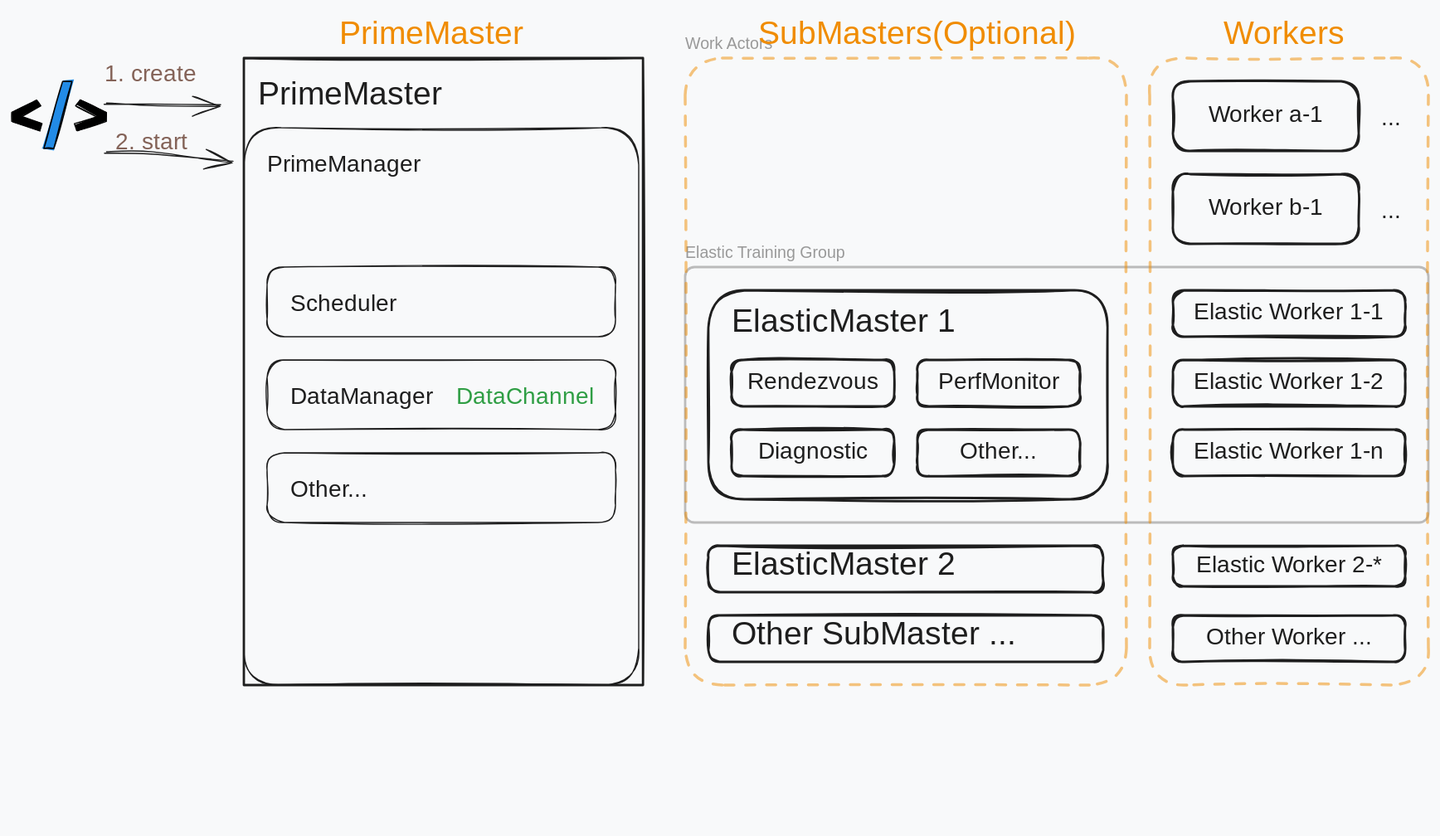
intelligent-machine-learning/dlrover keeps this Excalidraw diagram as docs/figures/unified/architecture.excalidraw.svg. Above is the earlier version. Source tidied: one line per element, renumbered; positions are measured from the earlier drawing's top-left corner, leaving out a move shared by most shapes.
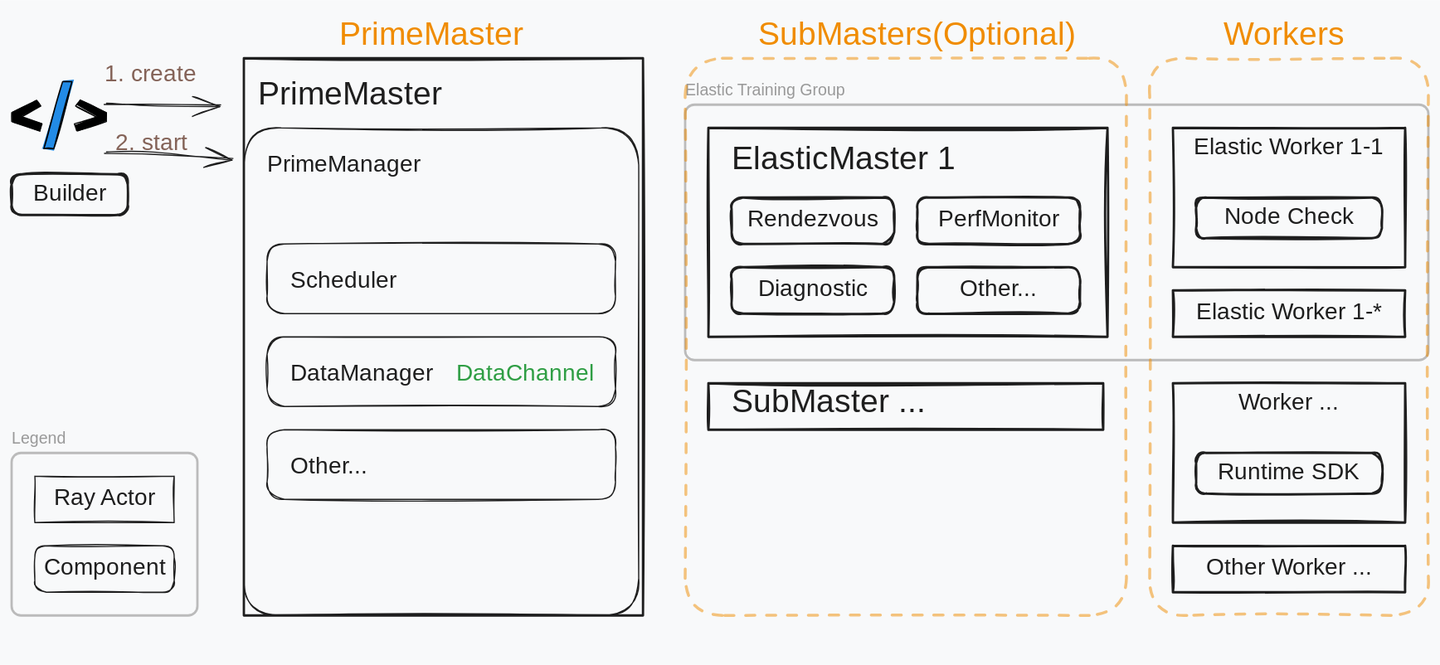
The same diagram one commit later.

Commit message:
doc: add Driving Patterns Diagram

What changed in the source:
```diff
@@ -1,54 +1,55 @@
-{"id": 0, "type": "text", "text": "ElasticMaster 1", "strokeColor": "#1e1e1e", "strokeWidth": 2, "roughness": 1, "fontSize": 28, "fontFamily": 5, "x": 620, "y": 251, "width": 212, "height": 35}
+{"id": 0, "type": "text", "text": "ElasticMaster 1", "strokeColor": "#1e1e1e", "strokeWidth": 2, "roughness": 1, "fontSize": 28, "fontFamily": 5, "x": 620, "y": 111, "width": 212, "height": 35}
-{"id": 1, "type": "rectangle", "strokeColor": "#1e1e1e", "strokeWidth": 2, "roughness": 1, "round": true, "x": 1000, "y": 240, "width": 200, "height": 40}
+{"id": 1, "type": "rectangle", "strokeColor": "#1e1e1e", "strokeWidth": 2, "roughness": 1, "x": 1000, "y": 100, "width": 200, "height": 120}
-{"id": 2, "type": "text", "text": "Elastic Worker 1-1", "strokeColor": "#1e1e1e", "strokeWidth": 2, "roughness": 1, "fontSize": 20, "fontFamily": 5, "textAlign": "center", "verticalAlign": "middle", "inside": 1, "x": 1014, "y": 248, "width": 173, "height": 25}
+{"id": 2, "type": "text", "text": "Elastic Worker 1-1", "strokeColor": "#1e1e1e", "strokeWidth": 2, "roughness": 1, "fontSize": 20, "fontFamily": 5, "textAlign": "center", "inside": 1, "x": 1014, "y": 105, "width": 173, "height": 25}
-{"id": 3, "type": "rectangle", "strokeColor": "#1e1e1e", "strokeWidth": 2, "roughness": 1, "round": true, "x": 1000, "y": 300, "width": 200, "height": 40}
-{"id": 4, "type": "text", "text": "Elastic Worker 1-2", "strokeColor": "#1e1e1e", "strokeWidth": 2, "roughness": 1, "fontSize": 20, "fontFamily": 5, "textAlign": "center", "verticalAlign": "middle", "inside": 3, "x": 1011, "y": 308, "width": 179, "height": 25}
-{"id": 5, "type": "rectangle", "strokeColor": "#1e1e1e", "strokeWidth": 2, "roughness": 1, "round": true, "x": 1000, "y": 360, "width": 200, "height": 40}
+{"id": 5, "type": "rectangle", "strokeColor": "#1e1e1e", "strokeWidth": 2, "roughness": 1, "x": 1000, "y": 240, "width": 200, "height": 40}
-{"id": 6, "type": "text", "text": "Elastic Worker 1-n", "strokeColor": "#1e1e1e", "strokeWidth": 2, "roughness": 1, "fontSize": 20, "fontFamily": 5, "textAlign": "center", "verticalAlign": "middle", "inside": 5, "x": 1012, "y": 368, "width": 175, "height": 25}
+{"id": 6, "type": "text", "text": "Elastic Worker 1-*", "strokeColor": "#1e1e1e", "strokeWidth": 2, "roughness": 1, "fontSize": 20, "fontFamily": 5, "textAlign": "center", "verticalAlign": "middle", "inside": 5, "x": 1012, "y": 248, "width": 175, "height": 25}
-{"id": 7, "type": "frame", "strokeColor": "#bbb", "strokeWidth": 2, "roughness": 0, "x": 580, "y": 220, "width": 640, "height": 220}
+{"id": 7, "type": "frame", "strokeColor": "#bbb", "strokeWidth": 2, "roughness": 0, "x": 580, "y": 80, "width": 640, "height": 220}
 {"id": 8, "type": "line", "strokeColor": "#000000", "backgroundColor": "#000000", "fillStyle": "solid", "strokeWidth": 1, "roughness": 1, "x": 21, "y": 76, "width": 26, "height": 26, "points": [[0, 0], [4, 5], [-14, 15], [5, 20], [3, 26], [-21, 18], [-21, 11], [0, 0]]}
 {"id": 9, "type": "line", "strokeColor": "#000000", "backgroundColor": "#000000", "fillStyle": "solid", "strokeWidth": 1, "roughness": 1, "x": 59, "y": 76, "width": 28, "height": 26, "points": [[0, 0], [-4, 5], [14, 15], [-5, 20], [-3, 26], [23, 18], [23, 11], [0, 0]]}
 {"id": 10, "type": "line", "strokeColor": "#000000", "backgroundColor": "#228be6", "fillStyle": "solid", "strokeWidth": 1, "roughness": 1, "x": 28, "y": 118, "width": 24, "height": 58, "points": [[0, 0], [16, -58], [24, -58], [9, 0], [0, 0]]}
-{"id": 11, "type": "rectangle", "strokeColor": "#1e1e1e", "strokeWidth": 1, "roughness": 1, "round": true, "x": 200, "y": 100, "width": 340, "height": 480}
+{"id": 11, "type": "rectangle", "strokeColor": "#1e1e1e", "strokeWidth": 1, "roughness": 1, "round": true, "x": 200, "y": 100, "width": 340, "height": 420}
-{"id": 12, "type": "rectangle", "strokeColor": "#1e1e1e", "strokeWidth": 2, "roughness": 1, "x": 200, "y": 40, "width": 344, "height": 540}
+{"id": 12, "type": "rectangle", "strokeColor": "#1e1e1e", "strokeWidth": 2, "roughness": 1, "x": 200, "y": 40, "width": 344, "height": 480}
 {"id": 13, "type": "text", "text": "PrimeMaster", "strokeColor": "#1e1e1e", "strokeWidth": 2, "roughness": 1, "fontSize": 28, "fontFamily": 5, "x": 212, "y": 55, "width": 167, "height": 35}
-{"id": 14, "type": "rectangle", "strokeColor": "#1e1e1e", "strokeWidth": 2, "roughness": 1, "round": true, "x": 600, "y": 240, "width": 344, "height": 180}
+{"id": 14, "type": "rectangle", "strokeColor": "#1e1e1e", "strokeWidth": 2, "roughness": 1, "x": 600, "y": 100, "width": 344, "height": 180}
 {"id": 15, "type": "text", "text": "PrimeManager", "strokeColor": "#1e1e1e", "strokeWidth": 1, "roughness": 1, "fontSize": 20, "fontFamily": 5, "x": 220, "y": 120, "width": 140, "height": 25}
 {"id": 16, "type": "arrow", "strokeColor": "#1e1e1e", "strokeWidth": 1, "roughness": 1, "endArrowhead": "arrow", "round": true, "to": 12, "x": 80, "y": 80, "width": 100, "height": 0, "points": [[0, 0], [40, 0], [100, 0]]}
 {"id": 17, "type": "text", "text": "1. create", "strokeColor": "#846358", "strokeWidth": 1, "roughness": 1, "fontSize": 20, "fontFamily": 6, "x": 80, "y": 40, "width": 77, "height": 27}
-{"id": 18, "type": "rectangle", "strokeColor": "#1e1e1e", "strokeWidth": 1, "roughness": 1, "round": true, "x": 220, "y": 220, "width": 300, "height": 60}
+{"id": 18, "type": "rectangle", "strokeColor": "#1e1e1e", "strokeWidth": 1, "roughness": 1, "round": true, "x": 220, "y": 200, "width": 300, "height": 60}
-{"id": 19, "type": "text", "text": "Scheduler", "strokeColor": "#1e1e1e", "strokeWidth": 1, "roughness": 1, "fontSize": 20, "fontFamily": 5, "x": 240, "y": 240, "width": 160, "height": 25}
+{"id": 19, "type": "text", "text": "Scheduler", "strokeColor": "#1e1e1e", "strokeWidth": 1, "roughness": 1, "fontSize": 20, "fontFamily": 5, "x": 240, "y": 220, "width": 160, "height": 25}
-{"id": 20, "type": "arrow", "strokeColor": "#1e1e1e", "strokeWidth": 1, "roughness": 1, "endArrowhead": "arrow", "round": true, "to": 12, "x": 81, "y": 122, "width": 110, "height": 6, "points": [[0, 0], [40, 0], [110, 6]]}
+{"id": 20, "type": "arrow", "strokeColor": "#1e1e1e", "strokeWidth": 1, "roughness": 1, "endArrowhead": "arrow", "round": true, "to": 12, "x": 81, "y": 122, "width": 110, "height": 4, "points": [[0, 0], [40, 0], [110, 4]]}
 {"id": 21, "type": "text", "text": "2. start", "strokeColor": "#846358", "strokeWidth": 1, "roughness": 1, "fontSize": 20, "fontFamily": 6, "x": 89, "y": 99, "width": 64, "height": 27}
-{"id": 22, "type": "rectangle", "strokeColor": "#1e1e1e", "strokeWidth": 2, "roughness": 1, "round": true, "x": 1000, "y": 140, "width": 160, "height": 60}
-{"id": 23, "type": "text", "text": "Worker b-1", "strokeColor": "#1e1e1e", "strokeWidth": 2, "roughness": 1, "fontSize": 20, "fontFamily": 5, "textAlign": "center", "verticalAlign": "middle", "inside": 22, "x": 1030, "y": 158, "width": 100, "height": 25}
-{"id": 24, "type": "rectangle", "strokeColor": "#1e1e1e", "strokeWidth": 2, "roughness": 1, "round": true, "x": 1000, "y": 60, "width": 160, "height": 60}
+{"id": 24, "type": "rectangle", "strokeColor": "#1e1e1e", "strokeWidth": 2, "roughness": 1, "x": 1000, "y": 320, "width": 200, "height": 120}
-{"id": 25, "type": "text", "text": "Worker a-1", "strokeColor": "#1e1e1e", "strokeWidth": 2, "roughness": 1, "fontSize": 20, "fontFamily": 5, "textAlign": "center", "verticalAlign": "middle", "inside": 24, "x": 1030, "y": 78, "width": 101, "height": 25}
+{"id": 25, "type": "text", "text": "Worker ...", "strokeColor": "#1e1e1e", "strokeWidth": 2, "roughness": 1, "fontSize": 20, "fontFamily": 5, "textAlign": "center", "inside": 24, "x": 1055, "y": 325, "width": 89, "height": 25}
-{"id": 26, "type": "rectangle", "strokeColor": "#1e1e1e", "strokeWidth": 2, "roughness": 1, "round": true, "x": 620, "y": 300, "width": 140, "height": 40}
-{"id": 27, "type": "text", "text": "Rendezvous", "strokeColor": "#1e1e1e", "strokeWidth": 2, "roughness": 1, "fontSize": 20, "fontFamily": 5, "textAlign": "center", "verticalAlign": "middle", "inside": 26, "x": 633, "y": 308, "width": 115, "height": 25}
+{"id": 54, "type": "rectangle", "strokeColor": "#1e1e1e", "strokeWidth": 2, "roughness": 1, "round": true, "x": 620, "y": 160, "width": 140, "height": 40}
+{"id": 55, "type": "text", "text": "Rendezvous", "strokeColor": "#1e1e1e", "strokeWidth": 2, "roughness": 1, "fontSize": 20, "fontFamily": 5, "textAlign": "center", "verticalAlign": "middle", "inside": 54, "x": 633, "y": 168, "width": 115, "height": 25}
-{"id": 28, "type": "rectangle", "strokeColor": "#1e1e1e", "strokeWidth": 2, "roughness": 1, "round": true, "x": 780, "y": 300, "width": 140, "height": 40}
+{"id": 28, "type": "rectangle", "strokeColor": "#1e1e1e", "strokeWidth": 2, "roughness": 1, "round": true, "x": 780, "y": 160, "width": 140, "height": 40}
-{"id": 29, "type": "text", "text": "PerfMonitor", "strokeColor": "#1e1e1e", "strokeWidth": 2, "roughness": 1, "fontSize": 20, "fontFamily": 5, "textAlign": "center", "verticalAlign": "middle", "inside": 28, "x": 792, "y": 308, "width": 117, "height": 25}
+{"id": 29, "type": "text", "text": "PerfMonitor", "strokeColor": "#1e1e1e", "strokeWidth": 2, "roughness": 1, "fontSize": 20, "fontFamily": 5, "textAlign": "center", "verticalAlign": "middle", "inside": 28, "x": 792, "y": 168, "width": 117, "height": 25}
-{"id": 30, "type": "rectangle", "strokeColor": "#1e1e1e", "strokeWidth": 2, "roughness": 1, "round": true, "x": 620, "y": 360, "width": 140, "height": 40}
+{"id": 30, "type": "rectangle", "strokeColor": "#1e1e1e", "strokeWidth": 2, "roughness": 1, "round": true, "x": 620, "y": 220, "width": 140, "height": 40}
-{"id": 31, "type": "text", "text": "Diagnostic", "strokeColor": "#1e1e1e", "strokeWidth": 2, "roughness": 1, "fontSize": 20, "fontFamily": 5, "textAlign": "center", "verticalAlign": "middle", "inside": 30, "x": 639, "y": 368, "width": 102, "height": 25}
+{"id": 31, "type": "text", "text": "Diagnostic", "strokeColor": "#1e1e1e", "strokeWidth": 2, "roughness": 1, "fontSize": 20, "fontFamily": 5, "textAlign": "center", "verticalAlign": "middle", "inside": 30, "x": 639, "y": 228, "width": 102, "height": 25}
-{"id": 32, "type": "rectangle", "strokeColor": "#1e1e1e", "strokeWidth": 1, "roughness": 1, "round": true, "x": 220, "y": 300, "width": 300, "height": 60}
+{"id": 32, "type": "rectangle", "strokeColor": "#1e1e1e", "strokeWidth": 1, "roughness": 1, "round": true, "x": 220, "y": 280, "width": 300, "height": 60}
-{"id": 33, "type": "text", "text": "DataManager", "strokeColor": "#1e1e1e", "strokeWidth": 1, "roughness": 1, "fontSize": 20, "fontFamily": 5, "x": 240, "y": 320, "width": 160, "height": 25}
+{"id": 33, "type": "text", "text": "DataManager", "strokeColor": "#1e1e1e", "strokeWidth": 1, "roughness": 1, "fontSize": 20, "fontFamily": 5, "x": 240, "y": 300, "width": 160, "height": 25}
-{"id": 34, "type": "text", "text": "DataChannel", "strokeColor": "#2f9e44", "strokeWidth": 2, "roughness": 1, "fontSize": 20, "fontFamily": 5, "textAlign": "right", "x": 380, "y": 320, "width": 121, "height": 25}
+{"id": 34, "type": "text", "text": "DataChannel", "strokeColor": "#2f9e44", "strokeWidth": 2, "roughness": 1, "fontSize": 20, "fontFamily": 5, "textAlign": "right", "x": 380, "y": 300, "width": 121, "height": 25}
-{"id": 35, "type": "rectangle", "strokeColor": "#1e1e1e", "strokeWidth": 1, "roughness": 1, "round": true, "x": 220, "y": 380, "width": 300, "height": 60}
+{"id": 35, "type": "rectangle", "strokeColor": "#1e1e1e", "strokeWidth": 1, "roughness": 1, "round": true, "x": 220, "y": 360, "width": 300, "height": 60}
-{"id": 36, "type": "text", "text": "Other...", "strokeColor": "#1e1e1e", "strokeWidth": 1, "roughness": 1, "fontSize": 20, "fontFamily": 5, "x": 240, "y": 400, "width": 200, "height": 25}
+{"id": 36, "type": "text", "text": "Other...", "strokeColor": "#1e1e1e", "strokeWidth": 1, "roughness": 1, "fontSize": 20, "fontFamily": 5, "x": 240, "y": 380, "width": 200, "height": 25}
-{"id": 37, "type": "rectangle", "strokeColor": "#1e1e1e", "strokeWidth": 2, "roughness": 1, "round": true, "x": 600, "y": 460, "width": 340, "height": 40}
+{"id": 37, "type": "rectangle", "strokeColor": "#1e1e1e", "strokeWidth": 2, "roughness": 1, "x": 600, "y": 320, "width": 340, "height": 40}
-{"id": 38, "type": "text", "text": "ElasticMaster 2", "strokeColor": "#1e1e1e", "strokeWidth": 2, "roughness": 1, "fontSize": 28, "fontFamily": 5, "x": 620, "y": 460, "width": 219, "height": 35}
+{"id": 38, "type": "text", "text": "SubMaster ...", "strokeColor": "#1e1e1e", "strokeWidth": 2, "roughness": 1, "fontSize": 28, "fontFamily": 5, "x": 620, "y": 320, "width": 177, "height": 35}
-{"id": 39, "type": "rectangle", "strokeColor": "#1e1e1e", "strokeWidth": 2, "roughness": 1, "round": true, "x": 1000, "y": 520, "width": 200, "height": 40}
+{"id": 39, "type": "rectangle", "strokeColor": "#1e1e1e", "strokeWidth": 2, "roughness": 1, "x": 1000, "y": 460, "width": 200, "height": 40}
-{"id": 40, "type": "text", "text": "Other Worker ...", "strokeColor": "#1e1e1e", "strokeWidth": 2, "roughness": 1, "fontSize": 20, "fontFamily": 5, "textAlign": "center", "verticalAlign": "middle", "inside": 39, "x": 1023, "y": 528, "width": 154, "height": 25}
+{"id": 40, "type": "text", "text": "Other Worker ...", "strokeColor": "#1e1e1e", "strokeWidth": 2, "roughness": 1, "fontSize": 20, "fontFamily": 5, "textAlign": "center", "verticalAlign": "middle", "inside": 39, "x": 1023, "y": 468, "width": 154, "height": 25}
-{"id": 41, "type": "text", "text": "...", "strokeColor": "#1e1e1e", "strokeWidth": 2, "roughness": 1, "fontSize": 20, "fontFamily": 5, "textAlign": "right", "x": 1180, "y": 80, "width": 16, "height": 25}
-{"id": 42, "type": "text", "text": "...", "strokeColor": "#1e1e1e", "strokeWidth": 2, "roughness": 1, "fontSize": 20, "fontFamily": 5, "textAlign": "right", "x": 1180, "y": 160, "width": 16, "height": 25}
-{"id": 43, "type": "rectangle", "strokeColor": "#f08c00", "strokeWidth": 2, "strokeStyle": "dashed", "roughness": 1, "opacity": 50, "round": true, "x": 980, "y": 40, "width": 240, "height": 540}
+{"id": 43, "type": "rectangle", "strokeColor": "#f08c00", "strokeWidth": 2, "strokeStyle": "dashed", "roughness": 1, "opacity": 50, "round": true, "x": 980, "y": 40, "width": 240, "height": 480}
 {"id": 44, "type": "text", "text": "Workers", "strokeColor": "#f08c00", "backgroundColor": "#a5d8ff", "fillStyle": "solid", "strokeWidth": 2, "strokeStyle": "dashed", "roughness": 1, "fontSize": 28, "fontFamily": 6, "textAlign": "right", "x": 1040, "y": 0, "width": 108, "height": 38}
-{"id": 45, "type": "rectangle", "strokeColor": "#f08c00", "strokeWidth": 2, "strokeStyle": "dashed", "roughness": 1, "opacity": 50, "round": true, "x": 580, "y": 40, "width": 380, "height": 540}
+{"id": 45, "type": "rectangle", "strokeColor": "#f08c00", "strokeWidth": 2, "strokeStyle": "dashed", "roughness": 1, "opacity": 50, "round": true, "x": 580, "y": 40, "width": 380, "height": 480}
 {"id": 46, "type": "text", "text": "SubMasters(Optional)", "strokeColor": "#f08c00", "backgroundColor": "#a5d8ff", "fillStyle": "solid", "strokeWidth": 2, "strokeStyle": "dashed", "roughness": 1, "fontSize": 28, "fontFamily": 6, "textAlign": "center", "x": 640, "y": 0, "width": 279, "height": 38}
 {"id": 47, "type": "text", "text": "PrimeMaster", "strokeColor": "#f08c00", "backgroundColor": "#a5d8ff", "fillStyle": "solid", "strokeWidth": 2, "strokeStyle": "dashed", "roughness": 1, "fontSize": 28, "fontFamily": 6, "textAlign": "right", "x": 280, "y": 0, "width": 161, "height": 38}
-{"id": 48, "type": "rectangle", "strokeColor": "#1e1e1e", "strokeWidth": 2, "roughness": 1, "round": true, "x": 780, "y": 360, "width": 140, "height": 40}
+{"id": 48, "type": "rectangle", "strokeColor": "#1e1e1e", "strokeWidth": 2, "roughness": 1, "round": true, "x": 780, "y": 220, "width": 140, "height": 40}
-{"id": 49, "type": "text", "text": "Other...", "strokeColor": "#1e1e1e", "strokeWidth": 2, "roughness": 1, "fontSize": 20, "fontFamily": 5, "textAlign": "center", "verticalAlign": "middle", "inside": 48, "x": 814, "y": 368, "width": 72, "height": 25}
+{"id": 49, "type": "text", "text": "Other...", "strokeColor": "#1e1e1e", "strokeWidth": 2, "roughness": 1, "fontSize": 20, "fontFamily": 5, "textAlign": "center", "verticalAlign": "middle", "inside": 48, "x": 814, "y": 228, "width": 72, "height": 25}
-{"id": 50, "type": "rectangle", "strokeColor": "#1e1e1e", "strokeWidth": 2, "roughness": 1, "round": true, "x": 1000, "y": 460, "width": 200, "height": 35}
-{"id": 51, "type": "text", "text": "Elastic Worker 2-*", "strokeColor": "#1e1e1e", "strokeWidth": 2, "roughness": 1, "fontSize": 20, "fontFamily": 5, "textAlign": "center", "verticalAlign": "middle", "inside": 50, "x": 1010, "y": 465, "width": 181, "height": 25}
-{"id": 52, "type": "rectangle", "strokeColor": "#1e1e1e", "strokeWidth": 2, "roughness": 1, "round": true, "x": 600, "y": 520, "width": 340, "height": 40}
-{"id": 53, "type": "text", "text": "Other SubMaster ...", "strokeColor": "#1e1e1e", "strokeWidth": 2, "roughness": 1, "fontSize": 28, "fontFamily": 5, "x": 620, "y": 520, "width": 268, "height": 35}
+{"id": 56, "type": "rectangle", "strokeColor": "#1e1e1e", "strokeWidth": 1, "roughness": 1, "x": 20, "y": 400, "width": 120, "height": 40}
+{"id": 57, "type": "text", "text": "Ray Actor", "strokeColor": "#1e1e1e", "strokeWidth": 2, "roughness": 1, "fontSize": 20, "fontFamily": 5, "textAlign": "center", "verticalAlign": "middle", "inside": 56, "x": 30, "y": 408, "width": 100, "height": 25}
+{"id": 58, "type": "rectangle", "strokeColor": "#1e1e1e", "strokeWidth": 1, "roughness": 1, "round": true, "x": 20, "y": 460, "width": 120, "height": 40}
+{"id": 59, "type": "text", "text": "Component", "strokeColor": "#1e1e1e", "strokeWidth": 1, "roughness": 1, "fontSize": 20, "fontFamily": 5, "textAlign": "center", "verticalAlign": "middle", "inside": 58, "x": 28, "y": 468, "width": 103, "height": 25}
+{"id": 60, "type": "frame", "strokeColor": "#bbb", "strokeWidth": 2, "roughness": 0, "x": 0, "y": 380, "width": 160, "height": 140}
+{"id": 61, "type": "rectangle", "strokeColor": "#1e1e1e", "strokeWidth": 2, "roughness": 1, "round": true, "x": 1020, "y": 380, "width": 160, "height": 35}
+{"id": 62, "type": "text", "text": "Runtime SDK", "strokeColor": "#1e1e1e", "strokeWidth": 2, "roughness": 1, "fontSize": 20, "fontFamily": 5, "textAlign": "center", "verticalAlign": "middle", "inside": 61, "x": 1038, "y": 385, "width": 124, "height": 25}
+{"id": 26, "type": "rectangle", "strokeColor": "#1e1e1e", "strokeWidth": 2, "roughness": 1, "round": true, "x": 0, "y": 140, "width": 100, "height": 35}
+{"id": 27, "type": "text", "text": "Builder", "strokeColor": "#1e1e1e", "strokeWidth": 2, "roughness": 1, "fontSize": 20, "fontFamily": 5, "textAlign": "center", "verticalAlign": "middle", "inside": 26, "x": 17, "y": 145, "width": 67, "height": 25}
+{"id": 63, "type": "rectangle", "strokeColor": "#1e1e1e", "strokeWidth": 2, "roughness": 1, "round": true, "x": 1020, "y": 160, "width": 160, "height": 35}
+{"id": 64, "type": "text", "text": "Node Check", "strokeColor": "#1e1e1e", "strokeWidth": 2, "roughness": 1, "fontSize": 20, "fontFamily": 5, "textAlign": "center", "verticalAlign": "middle", "inside": 63, "x": 1044, "y": 165, "width": 111, "height": 25}
```
